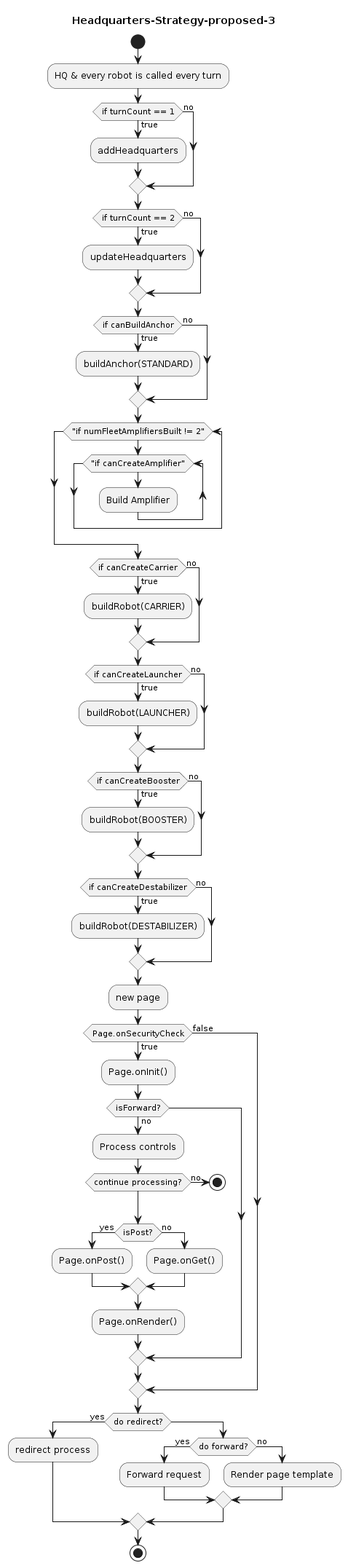
This is drawings/Headquarters-Strategy-proposed-3.png from coding-to-music/plantuml-diagram-examples, a PlantUML export, as it was before one commit.
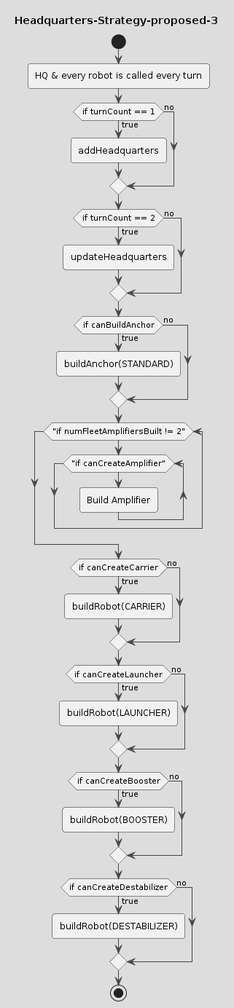
Later version of the same file.

Change to the diagram source:
```diff
@@ -1,4 +1,5 @@
 @startuml Headquarters-Strategy-proposed-3
+!theme toy
 title Headquarters-Strategy-proposed-3
 start
 :HQ & every robot is called every turn;
@@ -36,35 +37,5 @@
 else (no)
 endif
 
-
-:new page;
-if (Page.onSecurityCheck) then (true)
-  :Page.onInit();
-  if (isForward?) then (no)
-    :Process controls;
-    if (continue processing?) then (no)
-      stop
-    endif
-
-    if (isPost?) then (yes)
-      :Page.onPost();
-    else (no)
-      :Page.onGet();
-    endif
-    :Page.onRender();
-  endif
-else (false)
-endif
-
-if (do redirect?) then (yes)
-  :redirect process;
-else
-  if (do forward?) then (yes)
-    :Forward request;
-  else (no)
-    :Render page template;
-  endif
-endif
-
 stop
 @enduml
```
